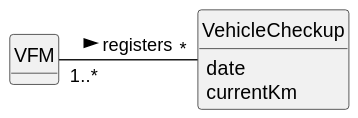
Before: docs/sprintB/us007/02.analysis/svg/us007-domain-model.svg, a diagram exported from PlantUML (ricardomm7/leaflink). The source it was exported from:
```plantuml
@startuml
skinparam monochrome true
skinparam packageStyle rectangle
skinparam shadowing false


skinparam classAttributeIconSize 0

hide circle
hide methods

class VFM {

}

class VehicleCheckup {
    date
    currentKm

}

VFM "1..*" - "*" VehicleCheckup : registers >
@enduml
```
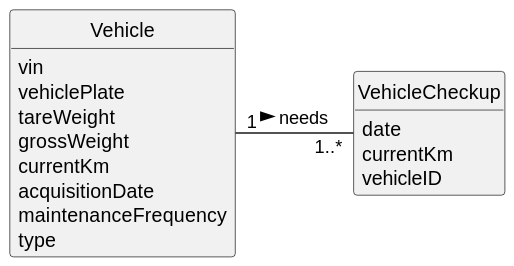
After the change.

Diff of the diagram source:
```diff
@@ -9,15 +9,23 @@
 hide circle
 hide methods
 
-class VFM {
-
-}
 
 class VehicleCheckup {
     date
     currentKm
-
+    vehicleID
 }
 
-VFM "1..*" - "*" VehicleCheckup : registers >
+class Vehicle{
+vin
+vehiclePlate
+tareWeight
+grossWeight
+currentKm
+acquisitionDate
+maintenanceFrequency
+type
+}
+
+Vehicle "1" - "1..*" VehicleCheckup : needs >
 @enduml
```
